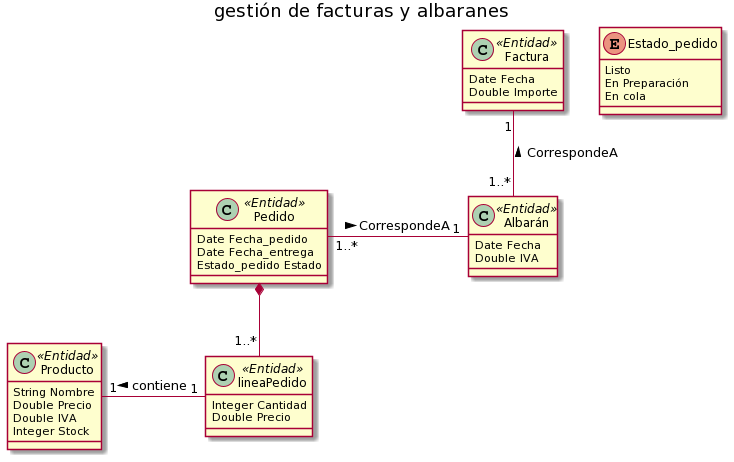
Before: mc/gestión facturas albaranes.png, a diagram exported from PlantUML (alvnavriv/Proyecto-IR).
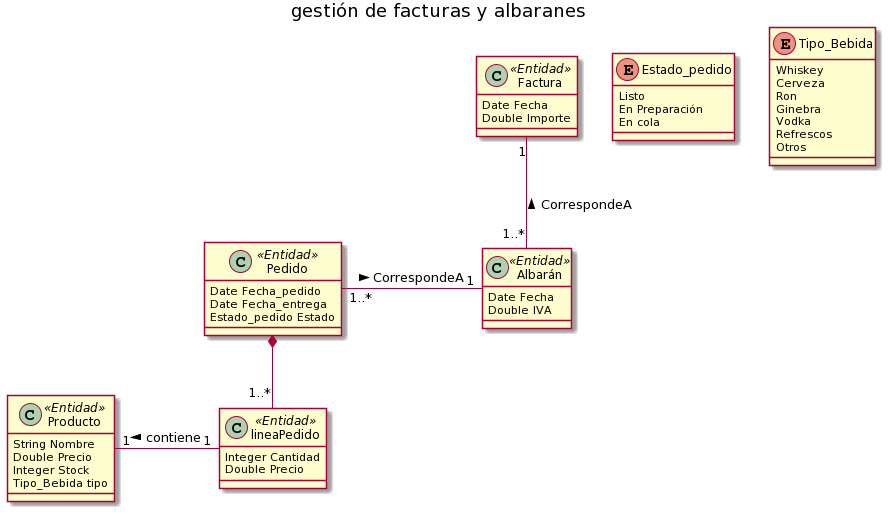
After the change.

Diff of the diagram source:
```diff
@@ -31,8 +31,8 @@
 Class Producto << Entidad >>{
 String Nombre
 Double Precio
-Double IVA
 Integer Stock
+Tipo_Bebida tipo
 }
 
 Enum Estado_pedido{
@@ -40,4 +40,13 @@
 En Preparación
 En cola
 }
+Enum Tipo_Bebida{
+Whiskey
+Cerveza
+Ron
+Ginebra
+Vodka
+Refrescos
+Otros
+}
 @enduml
```
